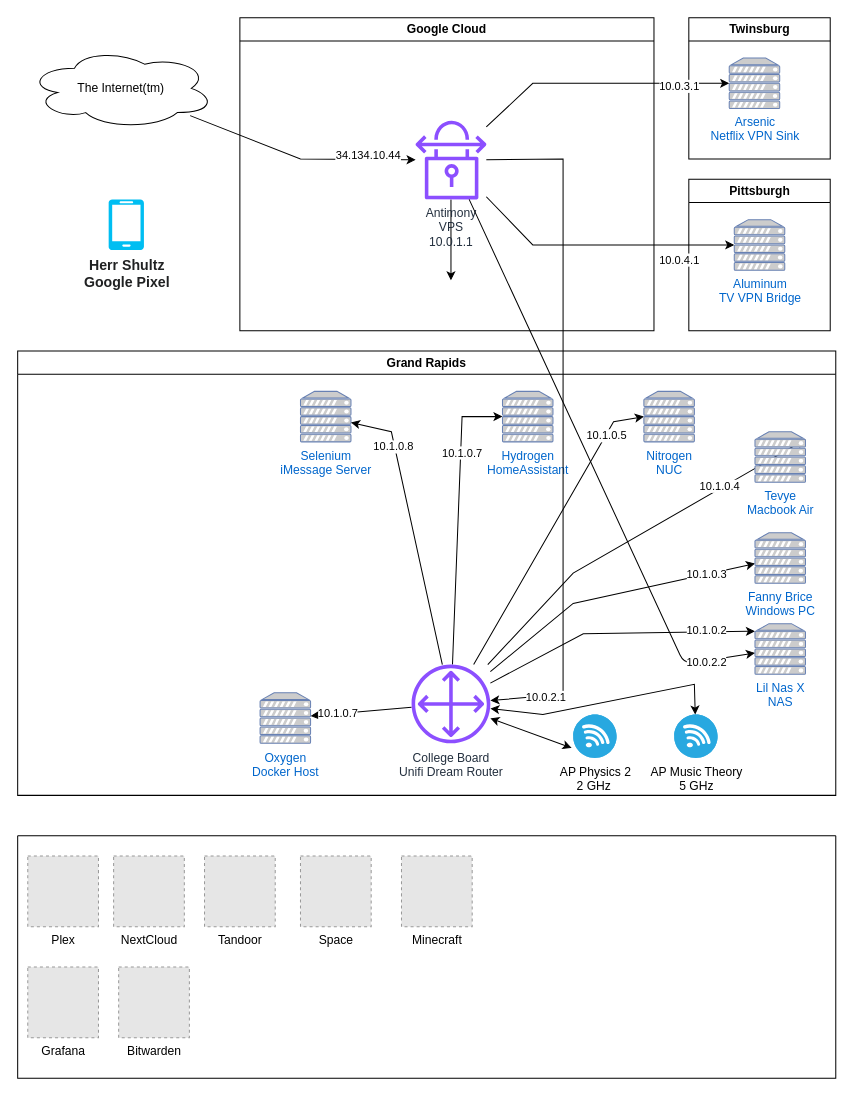
This is homelab.drawio from jpitlor/homelab-configuration, a draw.io file, before an edit. Source tidied: cells renumbered, new cells numbered last; positions are measured from the earlier drawing's top-left corner, leaving out a move shared by most shapes. Both pictures are drawn from the tidied source at 101%, with x=0, y=0 at pixel (17, 17). Pictures stored in the file or linked from it are replaced by grey dashed boxes.
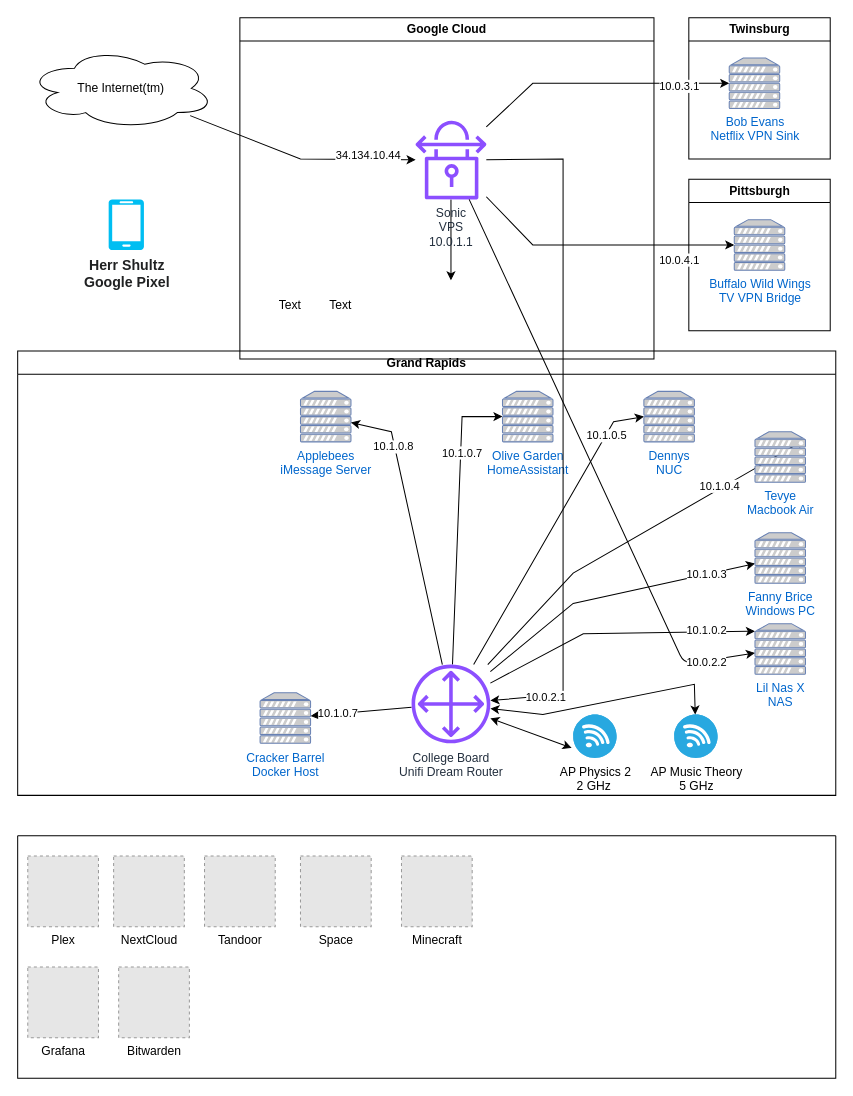
Above is the later version.

Unchanged cells that the change refers to:
```xml
<mxCell id="2" value="Grand Rapids" style="swimlane;whiteSpace=wrap;html=1;" parent="1" vertex="1">
  <mxGeometry y="330" width="810" height="440" as="geometry" />
</mxCell>
<mxCell id="29" value="Pittsburgh" style="swimlane;whiteSpace=wrap;html=1;" parent="1" vertex="1">
  <mxGeometry x="664.5" y="160" width="140" height="150" as="geometry" />
</mxCell>
<mxCell id="34" value="Twinsburg" style="swimlane;whiteSpace=wrap;html=1;" parent="1" vertex="1">
  <mxGeometry x="664.5" width="140" height="140" as="geometry" />
</mxCell>
```

Diff of the diagram source:
```diff
@@
-    <mxCell id="17" value="Nitrogen&lt;br&gt;NUC" style="fontColor=#0066CC;verticalAlign=top;verticalLabelPosition=bottom;labelPosition=center;align=center;html=1;outlineConnect=0;fillColor=#CCCCCC;strokeColor=#6881B3;gradientColor=none;gradientDirection=north;strokeWidth=2;shape=mxgraph.networks.server;" parent="2" vertex="1">
+    <mxCell id="17" value="Dennys&lt;br&gt;NUC" style="fontColor=#0066CC;verticalAlign=top;verticalLabelPosition=bottom;labelPosition=center;align=center;html=1;outlineConnect=0;fillColor=#CCCCCC;strokeColor=#6881B3;gradientColor=none;gradientDirection=north;strokeWidth=2;shape=mxgraph.networks.server;" parent="2" vertex="1">
       <mxGeometry x="620" y="40" width="50" height="50" as="geometry" />
     </mxCell>
-    <mxCell id="18" value="Oxygen&lt;br&gt;Docker Host" style="fontColor=#0066CC;verticalAlign=top;verticalLabelPosition=bottom;labelPosition=center;align=center;html=1;outlineConnect=0;fillColor=#CCCCCC;strokeColor=#6881B3;gradientColor=none;gradientDirection=north;strokeWidth=2;shape=mxgraph.networks.server;" parent="2" vertex="1">
+    <mxCell id="18" value="Cracker Barrel&lt;br&gt;Docker Host" style="fontColor=#0066CC;verticalAlign=top;verticalLabelPosition=bottom;labelPosition=center;align=center;html=1;outlineConnect=0;fillColor=#CCCCCC;strokeColor=#6881B3;gradientColor=none;gradientDirection=north;strokeWidth=2;shape=mxgraph.networks.server;" parent="2" vertex="1">
       <mxGeometry x="240" y="338.5" width="50" height="50" as="geometry" />
     </mxCell>
-    <mxCell id="19" value="Hydrogen&lt;br&gt;HomeAssistant" style="fontColor=#0066CC;verticalAlign=top;verticalLabelPosition=bottom;labelPosition=center;align=center;html=1;outlineConnect=0;fillColor=#CCCCCC;strokeColor=#6881B3;gradientColor=none;gradientDirection=north;strokeWidth=2;shape=mxgraph.networks.server;" parent="2" vertex="1">
+    <mxCell id="19" value="Olive Garden&lt;br&gt;HomeAssistant" style="fontColor=#0066CC;verticalAlign=top;verticalLabelPosition=bottom;labelPosition=center;align=center;html=1;outlineConnect=0;fillColor=#CCCCCC;strokeColor=#6881B3;gradientColor=none;gradientDirection=north;strokeWidth=2;shape=mxgraph.networks.server;" parent="2" vertex="1">
       <mxGeometry x="480" y="40" width="50" height="50" as="geometry" />
     </mxCell>
-    <mxCell id="20" value="Selenium&lt;br&gt;iMessage Server" style="fontColor=#0066CC;verticalAlign=top;verticalLabelPosition=bottom;labelPosition=center;align=center;html=1;outlineConnect=0;fillColor=#CCCCCC;strokeColor=#6881B3;gradientColor=none;gradientDirection=north;strokeWidth=2;shape=mxgraph.networks.server;" parent="2" vertex="1">
+    <mxCell id="20" value="Applebees&lt;br&gt;iMessage Server" style="fontColor=#0066CC;verticalAlign=top;verticalLabelPosition=bottom;labelPosition=center;align=center;html=1;outlineConnect=0;fillColor=#CCCCCC;strokeColor=#6881B3;gradientColor=none;gradientDirection=north;strokeWidth=2;shape=mxgraph.networks.server;" parent="2" vertex="1">
       <mxGeometry x="280" y="40" width="50" height="50" as="geometry" />
     </mxCell>
@@
-    <mxCell id="30" value="Aluminum&lt;br&gt;TV VPN Bridge" style="fontColor=#0066CC;verticalAlign=top;verticalLabelPosition=bottom;labelPosition=center;align=center;html=1;outlineConnect=0;fillColor=#CCCCCC;strokeColor=#6881B3;gradientColor=none;gradientDirection=north;strokeWidth=2;shape=mxgraph.networks.server;" parent="29" vertex="1">
+    <mxCell id="30" value="Buffalo Wild Wings&lt;br&gt;TV VPN Bridge" style="fontColor=#0066CC;verticalAlign=top;verticalLabelPosition=bottom;labelPosition=center;align=center;html=1;outlineConnect=0;fillColor=#CCCCCC;strokeColor=#6881B3;gradientColor=none;gradientDirection=north;strokeWidth=2;shape=mxgraph.networks.server;" parent="29" vertex="1">
       <mxGeometry x="45" y="40" width="50" height="50" as="geometry" />
     </mxCell>
     <mxCell id="31" value="Google Cloud" style="swimlane;whiteSpace=wrap;html=1;" parent="1" vertex="1">
-      <mxGeometry x="220" width="410" height="310" as="geometry" />
+      <mxGeometry x="220" width="410" height="338" as="geometry" />
     </mxCell>
@@
-    <mxCell id="33" value="Antimony&lt;br&gt;VPS&lt;br&gt;10.0.1.1" style="sketch=0;outlineConnect=0;fontColor=#232F3E;gradientColor=none;fillColor=#8C4FFF;strokeColor=none;dashed=0;verticalLabelPosition=bottom;verticalAlign=top;align=center;html=1;fontSize=12;fontStyle=0;shape=mxgraph.aws4.vpn_connection;" parent="31" vertex="1">
+    <mxCell id="33" value="Sonic&lt;br&gt;VPS&lt;br&gt;10.0.1.1" style="sketch=0;outlineConnect=0;fontColor=#232F3E;gradientColor=none;fillColor=#8C4FFF;strokeColor=none;dashed=0;verticalLabelPosition=bottom;verticalAlign=top;align=center;html=1;fontSize=12;fontStyle=0;shape=mxgraph.aws4.vpn_connection;" parent="31" vertex="1">
       <mxGeometry x="174" y="102" width="70" height="78" as="geometry" />
     </mxCell>
@@
-    <mxCell id="35" value="Arsenic&lt;br&gt;Netflix VPN Sink" style="fontColor=#0066CC;verticalAlign=top;verticalLabelPosition=bottom;labelPosition=center;align=center;html=1;outlineConnect=0;fillColor=#CCCCCC;strokeColor=#6881B3;gradientColor=none;gradientDirection=north;strokeWidth=2;shape=mxgraph.networks.server;" parent="34" vertex="1">
+    <mxCell id="35" value="Bob Evans&lt;br&gt;Netflix VPN Sink" style="fontColor=#0066CC;verticalAlign=top;verticalLabelPosition=bottom;labelPosition=center;align=center;html=1;outlineConnect=0;fillColor=#CCCCCC;strokeColor=#6881B3;gradientColor=none;gradientDirection=north;strokeWidth=2;shape=mxgraph.networks.server;" parent="34" vertex="1">
       <mxGeometry x="40" y="40" width="50" height="50" as="geometry" />
     </mxCell>
@@
+    <mxCell id="56" value="Text" style="text;strokeColor=none;align=center;fillColor=none;html=1;verticalAlign=middle;whiteSpace=wrap;rounded=0;" parent="1" vertex="1">
+      <mxGeometry x="240" y="270" width="60" height="30" as="geometry" />
+    </mxCell>
+    <mxCell id="57" value="Text" style="text;strokeColor=none;align=center;fillColor=none;html=1;verticalAlign=middle;whiteSpace=wrap;rounded=0;" parent="1" vertex="1">
+      <mxGeometry x="290" y="270" width="60" height="30" as="geometry" />
+    </mxCell>
```
